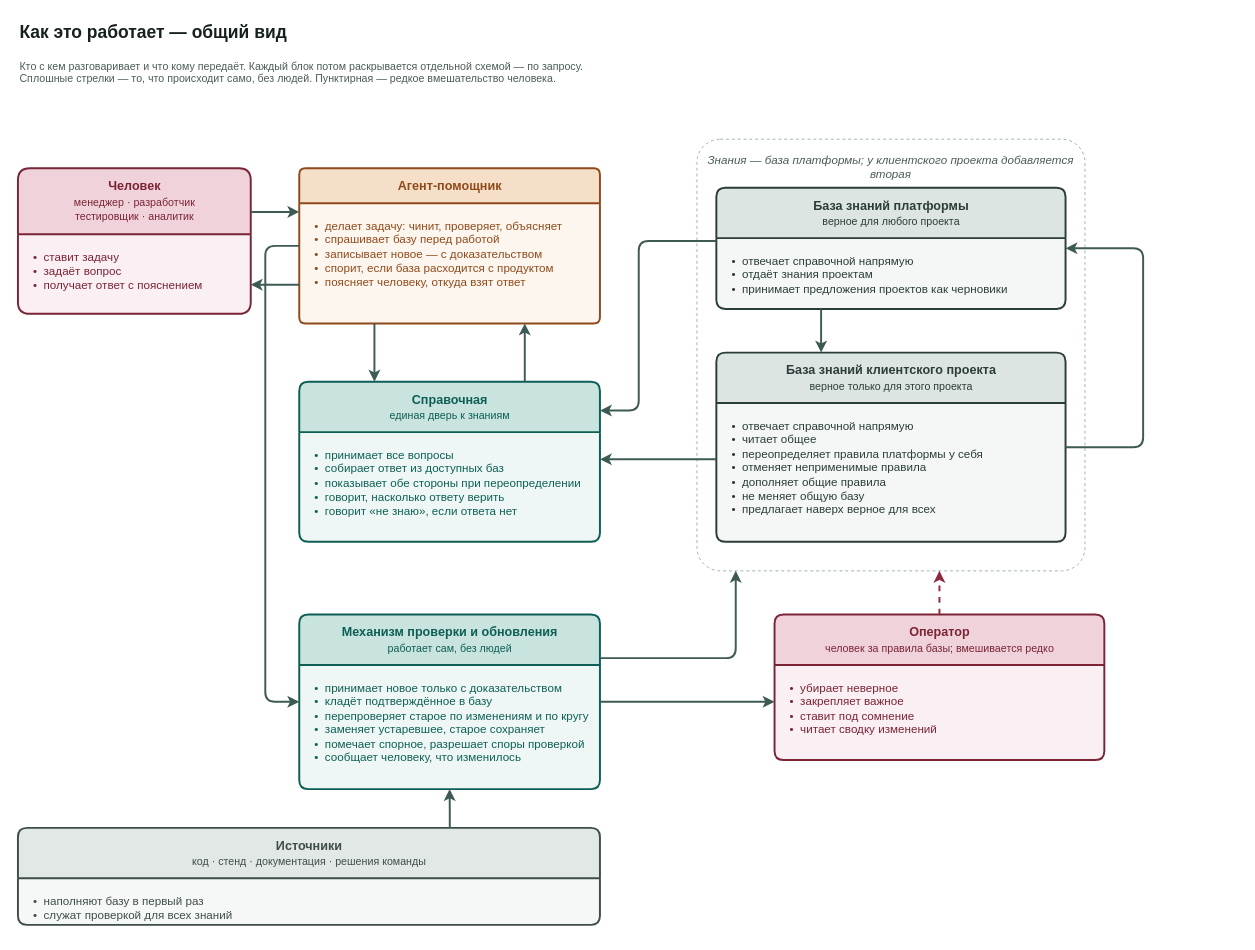
Earlier version of the draw.io diagram docs/adr/adr-knowledge-base-v3-overview.drawio (VirtoCommerce/ai-tools). Source tidied: cells renumbered, new cells numbered last; positions are measured from the earlier drawing's top-left corner, leaving out a move shared by most shapes. Both pictures are drawn from the tidied source at 97%, with x=0, y=0 at pixel (17, 16).
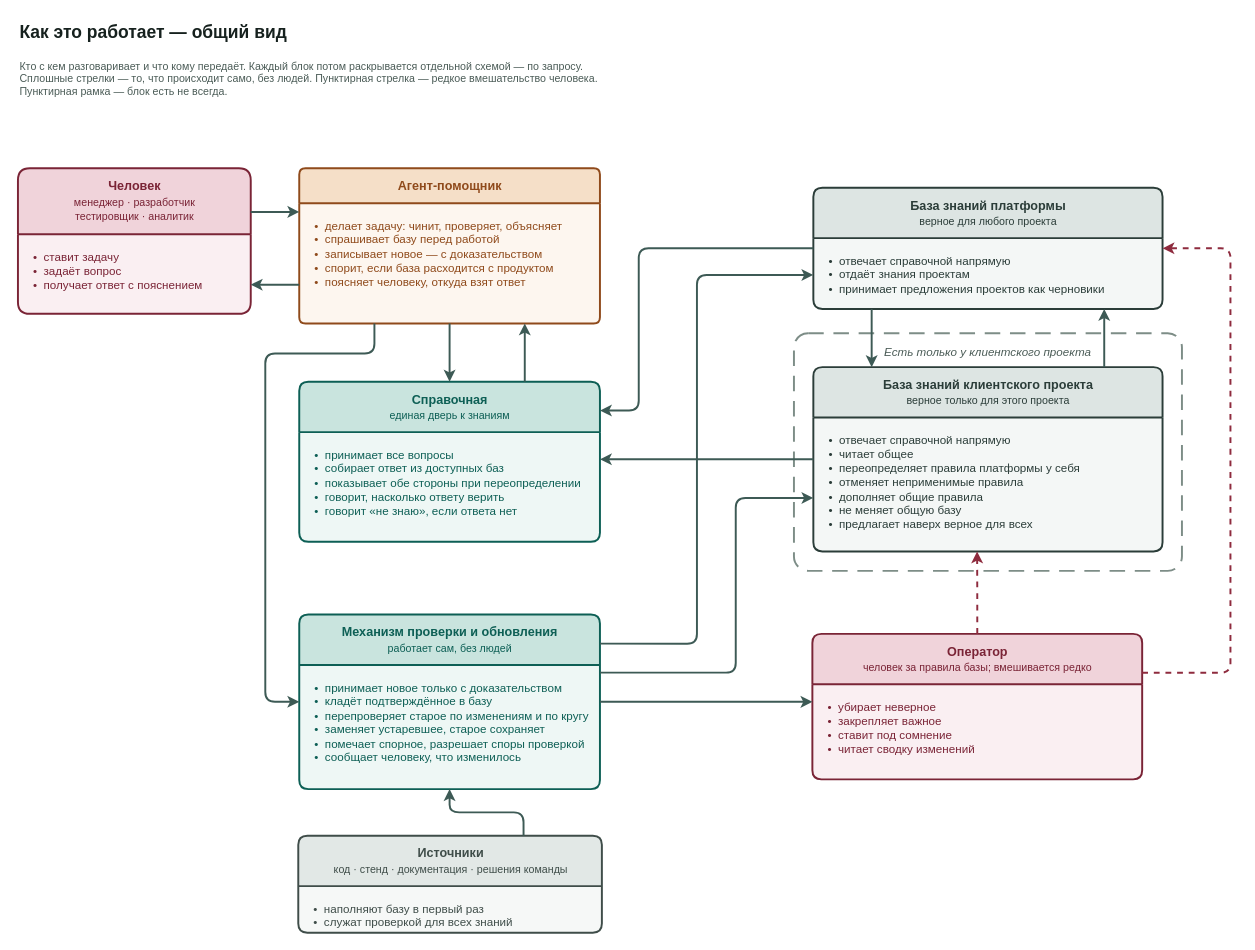
The same diagram, later.

Commit message (it also covers changes not shown here):
docs(adr): kb v3 — пунктирная рамка только вокруг клиентской базы (VCST-5776)

The change refers to these unchanged cells:
```xml
<mxCell id="6" value="Агент-помощник" style="swimlane;html=1;rounded=1;arcSize=6;startSize=36;horizontal=1;fillColor=#f5dfc8;swimlaneFillColor=#fdf6ef;strokeColor=#8f4a1b;fontColor=#8f4a1b;fontSize=13;fontStyle=1;align=center;verticalAlign=middle;strokeWidth=2;fontFamily=Helvetica;" parent="1" vertex="1">
  <mxGeometry x="290" y="156" width="310" height="160" as="geometry" />
</mxCell>
<mxCell id="7" value="•&amp;nbsp; делает задачу: чинит, проверяет, объясняет&lt;br&gt;•&amp;nbsp; спрашивает базу перед работой&lt;br&gt;•&amp;nbsp; записывает новое — с доказательством&lt;br&gt;•&amp;nbsp; спорит, если база расходится с продуктом&lt;br&gt;•&amp;nbsp; поясняет человеку, откуда взят ответ" style="text;html=1;align=left;verticalAlign=top;whiteSpace=wrap;spacingLeft=14;spacingTop=10;spacingRight=10;fontSize=12;fontColor=#8f4a1b;fontFamily=Helvetica;" parent="6" vertex="1">
  <mxGeometry y="36" width="310" height="124" as="geometry" />
</mxCell>
<mxCell id="8" value="Справочная&lt;br&gt;&lt;span style=&quot;font-size:11px;font-weight:normal&quot;&gt;единая дверь к знаниям&lt;/span&gt;" style="swimlane;html=1;rounded=1;arcSize=6;startSize=52;horizontal=1;fillColor=#c9e4de;swimlaneFillColor=#eef7f5;strokeColor=#0d5f55;fontColor=#0d5f55;fontSize=13;fontStyle=1;align=center;verticalAlign=middle;strokeWidth=2;fontFamily=Helvetica;" parent="1" vertex="1">
  <mxGeometry x="290" y="376" width="310" height="165" as="geometry" />
</mxCell>
<mxCell id="15" value="Механизм проверки и обновления&lt;br&gt;&lt;span style=&quot;font-size:11px;font-weight:normal&quot;&gt;работает сам, без людей&lt;/span&gt;" style="swimlane;html=1;rounded=1;arcSize=6;startSize=52;horizontal=1;fillColor=#c9e4de;swimlaneFillColor=#eef7f5;strokeColor=#0d5f55;fontColor=#0d5f55;fontSize=13;fontStyle=1;align=center;verticalAlign=middle;strokeWidth=2;fontFamily=Helvetica;" parent="1" vertex="1">
  <mxGeometry x="290" y="616" width="310" height="180" as="geometry" />
</mxCell>
```

The edit, as a diff of the source:
```diff
@@
-    <mxCell id="3" value="Кто с кем разговаривает и что кому передаёт. Каждый блок потом раскрывается отдельной схемой — по запросу.&lt;br&gt;Сплошные стрелки — то, что происходит само, без людей. Пунктирная — редкое вмешательство человека." style="text;html=1;align=left;verticalAlign=top;fontSize=11;fontColor=#4b5c57;fontFamily=Helvetica;" parent="1" vertex="1">
-      <mxGeometry y="38" width="1100" height="44" as="geometry" />
+    <mxCell id="3" value="Кто с кем разговаривает и что кому передаёт. Каждый блок потом раскрывается отдельной схемой — по запросу.&lt;br&gt;Сплошные стрелки — то, что происходит само, без людей. Пунктирная стрелка — редкое вмешательство человека.&lt;br&gt;Пунктирная рамка — блок есть не всегда." style="text;html=1;align=left;verticalAlign=top;fontSize=11;fontColor=#4b5c57;fontFamily=Helvetica;" parent="1" vertex="1">
+      <mxGeometry y="38" width="1180" height="56" as="geometry" />
     </mxCell>
@@
-    <mxCell id="10" value="Знания — база платформы; у клиентского проекта добавляется вторая" style="rounded=1;arcSize=6;whiteSpace=wrap;html=1;fillColor=none;strokeColor=#9db3ad;dashed=1;verticalAlign=top;align=center;spacingTop=8;fontColor=#4b5c57;fontStyle=2;fontSize=12;fontFamily=Helvetica;" parent="1" vertex="1">
-      <mxGeometry x="700" y="126" width="400" height="445" as="geometry" />
-    </mxCell>
+    <mxCell id="34" value="Есть только у клиентского проекта" style="rounded=1;arcSize=6;whiteSpace=wrap;html=1;fillColor=none;strokeColor=#7d8d87;dashed=1;dashPattern=8 5;strokeWidth=2;verticalAlign=top;align=center;spacingTop=6;fontColor=#4b5c57;fontStyle=2;fontSize=12;fontFamily=Helvetica;" parent="1" vertex="1">
+      <mxGeometry x="800" y="326" width="400" height="245" as="geometry" />
+    </mxCell>
     <mxCell id="11" value="База знаний платформы&lt;br&gt;&lt;span style=&quot;font-size:11px;font-weight:normal&quot;&gt;верное для любого проекта&lt;/span&gt;" style="swimlane;html=1;rounded=1;arcSize=6;startSize=52;horizontal=1;fillColor=#dde5e3;swimlaneFillColor=#f4f7f6;strokeColor=#2b3d39;fontColor=#2b3d39;fontSize=13;fontStyle=1;align=center;verticalAlign=middle;strokeWidth=2;fontFamily=Helvetica;" parent="1" vertex="1">
-      <mxGeometry x="720" y="176" width="360" height="125" as="geometry" />
+      <mxGeometry x="820" y="176" width="360" height="125" as="geometry" />
     </mxCell>
@@
     <mxCell id="13" value="База знаний клиентского проекта&lt;br&gt;&lt;span style=&quot;font-size:11px;font-weight:normal&quot;&gt;верное только для этого проекта&lt;/span&gt;" style="swimlane;html=1;rounded=1;arcSize=6;startSize=52;horizontal=1;fillColor=#dde5e3;swimlaneFillColor=#f4f7f6;strokeColor=#2b3d39;fontColor=#2b3d39;fontSize=13;fontStyle=1;align=center;verticalAlign=middle;strokeWidth=2;fontFamily=Helvetica;" parent="1" vertex="1">
-      <mxGeometry x="720" y="346" width="360" height="195" as="geometry" />
+      <mxGeometry x="820" y="361" width="360" height="190" as="geometry" />
     </mxCell>
     <mxCell id="14" value="•&amp;nbsp; отвечает справочной напрямую&lt;br&gt;•&amp;nbsp; читает общее&lt;br&gt;•&amp;nbsp; переопределяет правила платформы у себя&lt;br&gt;•&amp;nbsp; отменяет неприменимые правила&lt;br&gt;•&amp;nbsp; дополняет общие правила&lt;br&gt;•&amp;nbsp; не меняет общую базу&lt;br&gt;•&amp;nbsp; предлагает наверх верное для всех" style="text;html=1;align=left;verticalAlign=top;whiteSpace=wrap;spacingLeft=14;spacingTop=10;spacingRight=10;fontSize=12;fontColor=#2b3d39;fontFamily=Helvetica;" parent="13" vertex="1">
-      <mxGeometry y="52" width="360" height="143" as="geometry" />
+      <mxGeometry y="52" width="360" height="138" as="geometry" />
     </mxCell>
@@
     <mxCell id="17" value="Оператор&lt;br&gt;&lt;span style=&quot;font-size:11px;font-weight:normal&quot;&gt;человек за правила базы; вмешивается редко&lt;/span&gt;" style="swimlane;html=1;rounded=1;arcSize=6;startSize=52;horizontal=1;fillColor=#f0d3da;swimlaneFillColor=#faeff2;strokeColor=#7a2436;fontColor=#7a2436;fontSize=13;fontStyle=1;align=center;verticalAlign=middle;strokeWidth=2;fontFamily=Helvetica;" parent="1" vertex="1">
-      <mxGeometry x="780" y="616" width="340" height="150" as="geometry" />
+      <mxGeometry x="819" y="636" width="340" height="150" as="geometry" />
     </mxCell>
     <mxCell id="18" value="•&amp;nbsp; убирает неверное&lt;br&gt;•&amp;nbsp; закрепляет важное&lt;br&gt;•&amp;nbsp; ставит под сомнение&lt;br&gt;•&amp;nbsp; читает сводку изменений" style="text;html=1;align=left;verticalAlign=top;whiteSpace=wrap;spacingLeft=14;spacingTop=10;spacingRight=10;fontSize=12;fontColor=#7a2436;fontFamily=Helvetica;" parent="17" vertex="1">
-      <mxGeometry y="52" width="340" height="98" as="geometry" />
+      <mxGeometry y="52" width="240" height="98" as="geometry" />
     </mxCell>
     <mxCell id="19" value="Источники&lt;br&gt;&lt;span style=&quot;font-size:11px;font-weight:normal&quot;&gt;код · стенд · документация · решения команды&lt;/span&gt;" style="swimlane;html=1;rounded=1;arcSize=6;startSize=52;horizontal=1;fillColor=#e2e8e6;swimlaneFillColor=#f6f8f7;strokeColor=#3f4d49;fontColor=#3f4d49;fontSize=13;fontStyle=1;align=center;verticalAlign=middle;strokeWidth=2;fontFamily=Helvetica;" parent="1" vertex="1">
-      <mxGeometry y="836" width="600" height="100" as="geometry" />
+      <mxGeometry x="289" y="844" width="313" height="100" as="geometry" />
     </mxCell>
     <mxCell id="20" value="•&amp;nbsp; наполняют базу в первый раз&lt;br&gt;•&amp;nbsp; служат проверкой для всех знаний" style="text;html=1;align=left;verticalAlign=top;whiteSpace=wrap;spacingLeft=14;spacingTop=10;spacingRight=10;fontSize=12;fontColor=#3f4d49;fontFamily=Helvetica;" parent="19" vertex="1">
-      <mxGeometry y="52" width="600" height="48" as="geometry" />
+      <mxGeometry y="52" width="312" height="48" as="geometry" />
     </mxCell>
@@
-    <mxCell id="23" style="edgeStyle=orthogonalEdgeStyle;rounded=1;html=1;labelBackgroundColor=#ffffff;fontSize=12;strokeWidth=2;strokeColor=#3d5a55;fontColor=#2f3a37;fontFamily=Helvetica;exitX=0.25;exitY=1;exitDx=0;exitDy=0;entryX=0.25;entryY=0;entryDx=0;entryDy=0;" parent="1" edge="1" source="6" target="8">
+    <mxCell id="23" style="edgeStyle=orthogonalEdgeStyle;rounded=1;html=1;labelBackgroundColor=#ffffff;fontSize=12;strokeWidth=2;strokeColor=#3d5a55;fontColor=#2f3a37;fontFamily=Helvetica;exitX=0.5;exitY=1;exitDx=0;exitDy=0;entryX=0.5;entryY=0;entryDx=0;entryDy=0;" parent="1" edge="1" source="7" target="8">
       <mxGeometry relative="1" as="geometry" />
     </mxCell>
@@
-    <mxCell id="25" style="edgeStyle=orthogonalEdgeStyle;rounded=1;html=1;labelBackgroundColor=#ffffff;fontSize=12;strokeWidth=2;strokeColor=#3d5a55;fontColor=#2f3a37;fontFamily=Helvetica;exitX=0;exitY=0.44;exitDx=0;exitDy=0;entryX=1;entryY=0.18;entryDx=0;entryDy=0;" parent="1" edge="1" source="11" target="8">
+    <mxCell id="25" style="edgeStyle=orthogonalEdgeStyle;rounded=1;html=1;labelBackgroundColor=#ffffff;fontSize=12;strokeWidth=2;strokeColor=#3d5a55;fontColor=#2f3a37;fontFamily=Helvetica;exitX=0;exitY=0.5;exitDx=0;exitDy=0;entryX=1;entryY=0.18;entryDx=0;entryDy=0;" parent="1" edge="1" source="11" target="8">
       <mxGeometry relative="1" as="geometry">
         <Array as="points">
-          <mxPoint x="640" y="231" />
+          <mxPoint x="640" y="238" />
           <mxPoint x="640" y="406" />
         </Array>
       </mxGeometry>
     </mxCell>
-    <mxCell id="26" style="edgeStyle=orthogonalEdgeStyle;rounded=1;html=1;labelBackgroundColor=#ffffff;fontSize=12;strokeWidth=2;strokeColor=#3d5a55;fontColor=#2f3a37;fontFamily=Helvetica;exitX=0;exitY=0.564;exitDx=0;exitDy=0;entryX=1;entryY=0.485;entryDx=0;entryDy=0;" parent="1" edge="1" source="13" target="8">
+    <mxCell id="26" style="edgeStyle=orthogonalEdgeStyle;rounded=1;html=1;labelBackgroundColor=#ffffff;fontSize=12;strokeWidth=2;strokeColor=#3d5a55;fontColor=#2f3a37;fontFamily=Helvetica;exitX=0;exitY=0.5;exitDx=0;exitDy=0;entryX=1;entryY=0.485;entryDx=0;entryDy=0;" parent="1" edge="1" source="13" target="8">
       <mxGeometry relative="1" as="geometry" />
     </mxCell>
-    <mxCell id="27" style="edgeStyle=orthogonalEdgeStyle;rounded=1;html=1;labelBackgroundColor=#ffffff;fontSize=12;strokeWidth=2;strokeColor=#3d5a55;fontColor=#2f3a37;fontFamily=Helvetica;exitX=0;exitY=0.5;exitDx=0;exitDy=0;entryX=0;entryY=0.5;entryDx=0;entryDy=0;" parent="1" edge="1" source="6" target="15">
+    <mxCell id="27" style="edgeStyle=orthogonalEdgeStyle;rounded=1;html=1;labelBackgroundColor=#ffffff;fontSize=12;strokeWidth=2;strokeColor=#3d5a55;fontColor=#2f3a37;fontFamily=Helvetica;exitX=0.25;exitY=1;exitDx=0;exitDy=0;entryX=0;entryY=0.5;entryDx=0;entryDy=0;" parent="1" edge="1" source="7" target="15">
       <mxGeometry relative="1" as="geometry">
         <Array as="points">
-          <mxPoint x="255" y="236" />
+          <mxPoint x="368" y="347" />
+          <mxPoint x="255" y="347" />
           <mxPoint x="255" y="706" />
         </Array>
       </mxGeometry>
     </mxCell>
-    <mxCell id="28" style="edgeStyle=orthogonalEdgeStyle;rounded=1;html=1;labelBackgroundColor=#ffffff;fontSize=12;strokeWidth=2;strokeColor=#3d5a55;fontColor=#2f3a37;fontFamily=Helvetica;exitX=1;exitY=0.25;exitDx=0;exitDy=0;entryX=0.1;entryY=1;entryDx=0;entryDy=0;" parent="1" edge="1" source="15" target="10">
+    <mxCell id="28" style="edgeStyle=orthogonalEdgeStyle;rounded=1;html=1;labelBackgroundColor=#ffffff;fontSize=12;strokeWidth=2;strokeColor=#3d5a55;fontColor=#2f3a37;fontFamily=Helvetica;exitX=1;exitY=0.167;exitDx=0;exitDy=0;entryX=0;entryY=0.72;entryDx=0;entryDy=0;" parent="1" edge="1" source="15" target="11">
       <mxGeometry relative="1" as="geometry">
         <Array as="points">
-          <mxPoint x="740" y="661" />
+          <mxPoint x="700" y="646" />
+          <mxPoint x="700" y="266" />
         </Array>
       </mxGeometry>
     </mxCell>
-    <mxCell id="29" style="edgeStyle=orthogonalEdgeStyle;rounded=1;html=1;labelBackgroundColor=#ffffff;fontSize=12;strokeWidth=2;strokeColor=#3d5a55;fontColor=#2f3a37;fontFamily=Helvetica;exitX=1;exitY=0.5;exitDx=0;exitDy=0;entryX=1;entryY=0.5;entryDx=0;entryDy=0;" parent="1" edge="1" source="13" target="11">
+    <mxCell id="29" style="edgeStyle=orthogonalEdgeStyle;rounded=1;html=1;labelBackgroundColor=#ffffff;fontSize=12;strokeWidth=2;strokeColor=#3d5a55;fontColor=#2f3a37;fontFamily=Helvetica;exitX=1;exitY=0.333;exitDx=0;exitDy=0;entryX=0;entryY=0.71;entryDx=0;entryDy=0;" parent="1" edge="1" source="15" target="13">
       <mxGeometry relative="1" as="geometry">
         <Array as="points">
-          <mxPoint x="1160" y="443" />
-          <mxPoint x="1160" y="238" />
+          <mxPoint x="740" y="676" />
+          <mxPoint x="740" y="496" />
         </Array>
       </mxGeometry>
     </mxCell>
-    <mxCell id="30" style="edgeStyle=orthogonalEdgeStyle;rounded=1;html=1;labelBackgroundColor=#ffffff;fontSize=12;strokeWidth=2;strokeColor=#3d5a55;fontColor=#2f3a37;fontFamily=Helvetica;exitX=0.742;exitY=0;exitDx=0;exitDy=0;entryX=0.5;entryY=1;entryDx=0;entryDy=0;" parent="1" edge="1" source="19" target="15">
+    <mxCell id="30" style="edgeStyle=orthogonalEdgeStyle;rounded=1;html=1;labelBackgroundColor=#ffffff;fontSize=12;strokeWidth=2;strokeColor=#3d5a55;fontColor=#2f3a37;fontFamily=Helvetica;exitX=0.833;exitY=0;exitDx=0;exitDy=0;entryX=0.833;entryY=1;entryDx=0;entryDy=0;" parent="1" edge="1" source="13" target="11">
       <mxGeometry relative="1" as="geometry" />
     </mxCell>
-    <mxCell id="31" style="edgeStyle=orthogonalEdgeStyle;rounded=1;html=1;labelBackgroundColor=#ffffff;fontSize=12;strokeWidth=2;strokeColor=#3d5a55;fontColor=#2f3a37;fontFamily=Helvetica;exitX=1;exitY=0.5;exitDx=0;exitDy=0;entryX=0;entryY=0.6;entryDx=0;entryDy=0;" parent="1" edge="1" source="15" target="17">
+    <mxCell id="31" style="edgeStyle=orthogonalEdgeStyle;rounded=1;html=1;labelBackgroundColor=#ffffff;fontSize=12;strokeWidth=2;strokeColor=#3d5a55;fontColor=#2f3a37;fontFamily=Helvetica;exitX=0.742;exitY=0;exitDx=0;exitDy=0;entryX=0.5;entryY=1;entryDx=0;entryDy=0;" parent="1" edge="1" source="19" target="15">
       <mxGeometry relative="1" as="geometry" />
     </mxCell>
-    <mxCell id="32" style="edgeStyle=orthogonalEdgeStyle;rounded=1;html=1;labelBackgroundColor=#ffffff;fontSize=12;strokeWidth=2;strokeColor=#3d5a55;fontColor=#2f3a37;fontFamily=Helvetica;dashed=1;strokeColor=#8e2b3e;fontColor=#6b1f2e;exitX=0.5;exitY=0;exitDx=0;exitDy=0;entryX=0.625;entryY=1;entryDx=0;entryDy=0;" parent="1" edge="1" source="17" target="10">
+    <mxCell id="32" style="edgeStyle=orthogonalEdgeStyle;rounded=1;html=1;labelBackgroundColor=#ffffff;fontSize=12;strokeWidth=2;strokeColor=#3d5a55;fontColor=#2f3a37;fontFamily=Helvetica;exitX=1;exitY=0.5;exitDx=0;exitDy=0;entryX=0;entryY=0.467;entryDx=0;entryDy=0;" parent="1" edge="1" source="15" target="17">
       <mxGeometry relative="1" as="geometry" />
     </mxCell>
-    <mxCell id="33" style="edgeStyle=orthogonalEdgeStyle;rounded=1;html=1;labelBackgroundColor=#ffffff;fontSize=12;strokeWidth=2;strokeColor=#3d5a55;fontColor=#2f3a37;fontFamily=Helvetica;exitX=0.3;exitY=1;exitDx=0;exitDy=0;entryX=0.3;entryY=0;entryDx=0;entryDy=0;" parent="1" edge="1" source="11" target="13">
+    <mxCell id="33" style="edgeStyle=orthogonalEdgeStyle;rounded=1;html=1;labelBackgroundColor=#ffffff;fontSize=12;strokeWidth=2;strokeColor=#3d5a55;fontColor=#2f3a37;fontFamily=Helvetica;dashed=1;strokeColor=#8e2b3e;fontColor=#6b1f2e;exitX=0.5;exitY=0;exitDx=0;exitDy=0;entryX=0.469;entryY=1;entryDx=0;entryDy=0;entryPerimeter=0;" parent="1" edge="1" source="17" target="14">
       <mxGeometry relative="1" as="geometry" />
     </mxCell>
+    <mxCell id="35" style="edgeStyle=orthogonalEdgeStyle;rounded=1;html=1;labelBackgroundColor=#ffffff;fontSize=12;strokeWidth=2;strokeColor=#3d5a55;fontColor=#2f3a37;fontFamily=Helvetica;dashed=1;strokeColor=#8e2b3e;fontColor=#6b1f2e;exitX=1;exitY=0.267;exitDx=0;exitDy=0;entryX=1;entryY=0.5;entryDx=0;entryDy=0;" parent="1" edge="1" source="17" target="11">
+      <mxGeometry relative="1" as="geometry">
+        <Array as="points">
+          <mxPoint x="1250" y="676" />
+          <mxPoint x="1250" y="238" />
+        </Array>
+      </mxGeometry>
+    </mxCell>
+    <mxCell id="36" style="edgeStyle=orthogonalEdgeStyle;rounded=1;html=1;labelBackgroundColor=#ffffff;fontSize=12;strokeWidth=2;strokeColor=#3d5a55;fontColor=#2f3a37;fontFamily=Helvetica;exitX=0.167;exitY=1;exitDx=0;exitDy=0;entryX=0.167;entryY=0;entryDx=0;entryDy=0;" parent="1" edge="1" source="11" target="13">
+      <mxGeometry relative="1" as="geometry" />
+    </mxCell>
```
